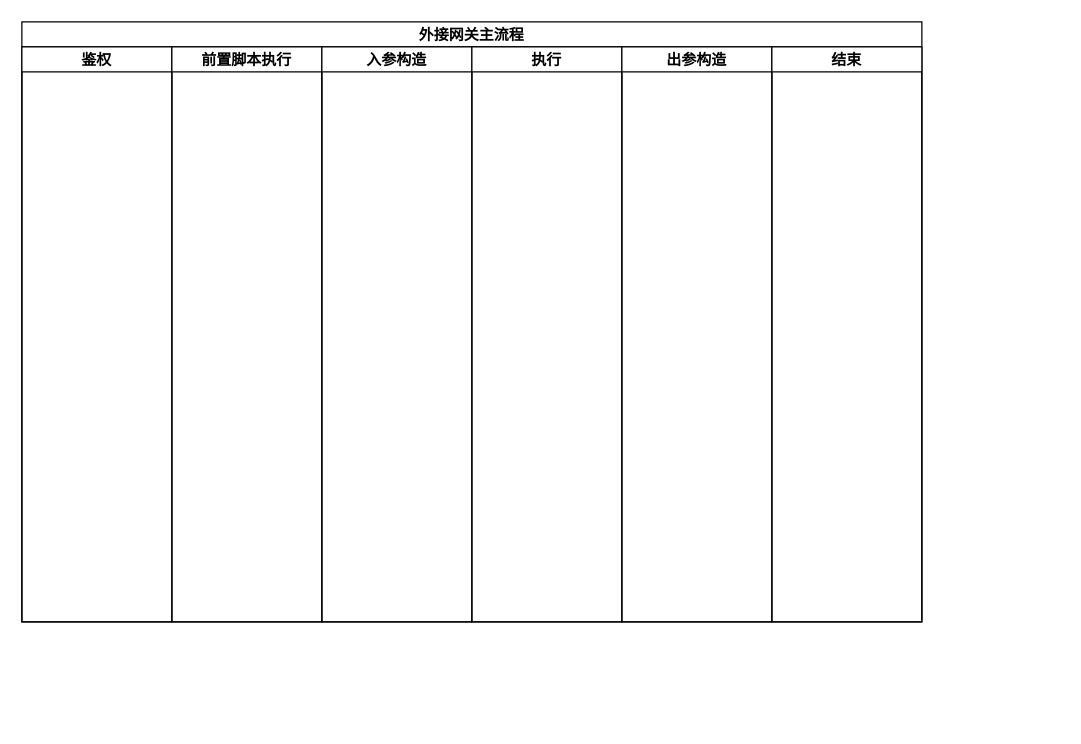
smileLuckBoy/drowio keeps this draw.io diagram as 外接网关核心流程.drawio. Above is the earlier version. Source tidied: cells renumbered, new cells numbered last; positions are measured from the earlier drawing's top-left corner, leaving out a move shared by most shapes. Both pictures are drawn from the tidied source at 125%, with x=0, y=0 at pixel (21, 21).
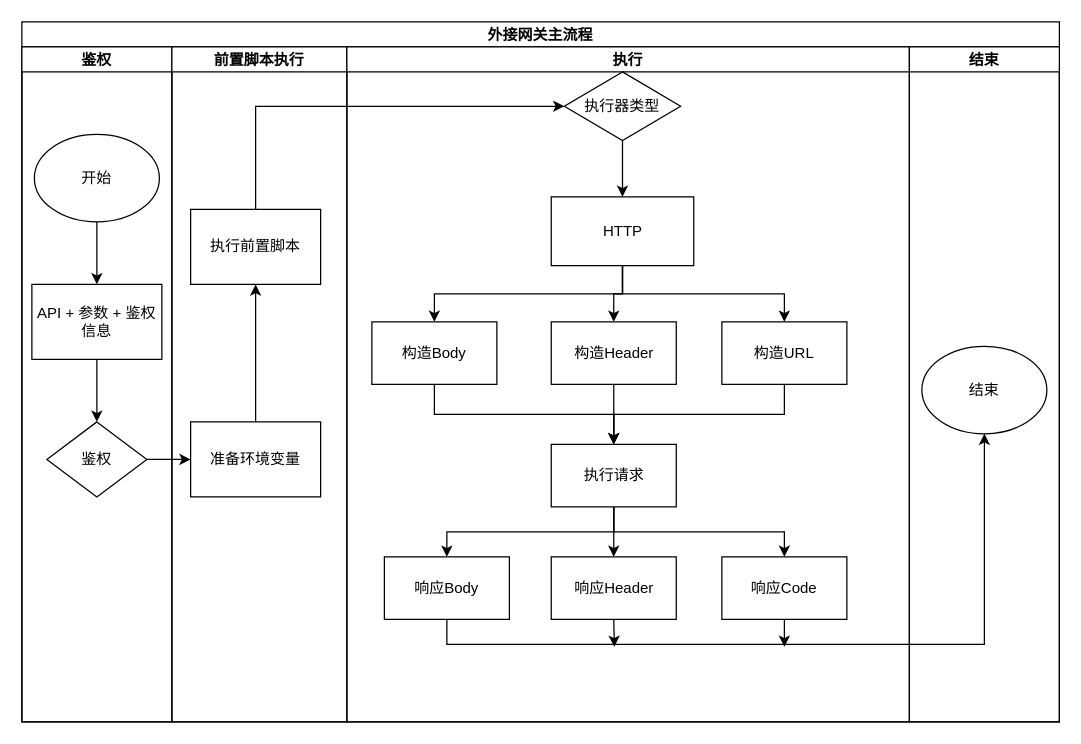
After the change.

Commit message (it also covers changes not shown here):
Update 外接网关核心流程.drawio

Change to the diagram source:
```diff
@@
     <mxCell id="2" value="外接网关主流程" style="swimlane;startSize=20;" parent="1" vertex="1">
-      <mxGeometry width="720" height="480" as="geometry" />
+      <mxGeometry width="830" height="560" as="geometry" />
     </mxCell>
     <mxCell id="3" value="鉴权" style="swimlane;startSize=20;" parent="2" vertex="1">
-      <mxGeometry y="20" width="120" height="460" as="geometry" />
+      <mxGeometry y="20" width="120" height="540" as="geometry" />
     </mxCell>
+    <mxCell id="9" style="edgeStyle=orthogonalEdgeStyle;rounded=0;jettySize=auto;html=1;exitX=0.5;exitY=1;exitDx=0;exitDy=0;" parent="3" edge="1" source="10" target="12">
+      <mxGeometry relative="1" as="geometry" />
+    </mxCell>
+    <mxCell id="10" value="开始" style="ellipse;whiteSpace=wrap;html=1;" parent="3" vertex="1">
+      <mxGeometry x="10" y="70" width="100" height="70" as="geometry" />
+    </mxCell>
+    <mxCell id="11" style="edgeStyle=orthogonalEdgeStyle;rounded=0;jettySize=auto;html=1;exitX=0.5;exitY=1;exitDx=0;exitDy=0;entryX=0.5;entryY=0;entryDx=0;entryDy=0;" parent="3" edge="1" source="12" target="13">
+      <mxGeometry relative="1" as="geometry" />
+    </mxCell>
+    <mxCell id="12" value="API + 参数 + 鉴权信息" style="rounded=0;whiteSpace=wrap;html=1;" parent="3" vertex="1">
+      <mxGeometry x="8" y="190" width="104" height="60" as="geometry" />
+    </mxCell>
+    <mxCell id="13" value="鉴权" style="rhombus;whiteSpace=wrap;html=1;" parent="3" vertex="1">
+      <mxGeometry x="20" y="300" width="80" height="60" as="geometry" />
+    </mxCell>
     <mxCell id="4" value="前置脚本执行" style="swimlane;startSize=20;" parent="2" vertex="1">
-      <mxGeometry x="120" y="20" width="120" height="460" as="geometry" />
+      <mxGeometry x="120" y="20" width="140" height="540" as="geometry" />
     </mxCell>
-    <mxCell id="5" value="入参构造" style="swimlane;startSize=20;" parent="2" vertex="1">
-      <mxGeometry x="240" y="20" width="120" height="460" as="geometry" />
-    </mxCell>
+    <mxCell id="14" style="edgeStyle=orthogonalEdgeStyle;rounded=0;jettySize=auto;html=1;exitX=0.5;exitY=0;exitDx=0;exitDy=0;" parent="4" edge="1" source="15" target="16">
+      <mxGeometry relative="1" as="geometry" />
+    </mxCell>
+    <mxCell id="15" value="准备环境变量" style="rounded=0;whiteSpace=wrap;html=1;" parent="4" vertex="1">
+      <mxGeometry x="15" y="300" width="104" height="60" as="geometry" />
+    </mxCell>
+    <mxCell id="16" value="执行前置脚本" style="rounded=0;whiteSpace=wrap;html=1;" parent="4" vertex="1">
+      <mxGeometry x="15" y="130" width="104" height="60" as="geometry" />
+    </mxCell>
     <mxCell id="6" value="执行" style="swimlane;startSize=20;" parent="2" vertex="1">
-      <mxGeometry x="360" y="20" width="120" height="460" as="geometry" />
+      <mxGeometry x="260" y="20" width="450" height="540" as="geometry" />
     </mxCell>
-    <mxCell id="7" value="出参构造" style="swimlane;startSize=20;" parent="2" vertex="1">
-      <mxGeometry x="480" y="20" width="120" height="460" as="geometry" />
-    </mxCell>
+    <mxCell id="17" style="edgeStyle=orthogonalEdgeStyle;rounded=0;jettySize=auto;html=1;" parent="6" edge="1" source="18" target="22">
+      <mxGeometry relative="1" as="geometry" />
+    </mxCell>
+    <mxCell id="18" value="执行器类型" style="rhombus;whiteSpace=wrap;html=1;" parent="6" vertex="1">
+      <mxGeometry x="174" y="20" width="93" height="55" as="geometry" />
+    </mxCell>
+    <mxCell id="19" style="edgeStyle=orthogonalEdgeStyle;rounded=0;jettySize=auto;html=1;exitX=0.5;exitY=1;exitDx=0;exitDy=0;entryX=0.5;entryY=0;entryDx=0;entryDy=0;" parent="6" edge="1" source="22" target="28">
+      <mxGeometry relative="1" as="geometry" />
+    </mxCell>
+    <mxCell id="20" style="edgeStyle=orthogonalEdgeStyle;rounded=0;jettySize=auto;html=1;exitX=0.5;exitY=1;exitDx=0;exitDy=0;" parent="6" edge="1" source="22" target="26">
+      <mxGeometry relative="1" as="geometry" />
+    </mxCell>
+    <mxCell id="21" style="edgeStyle=orthogonalEdgeStyle;rounded=0;jettySize=auto;html=1;exitX=0.5;exitY=1;exitDx=0;exitDy=0;" parent="6" edge="1" source="22" target="24">
+      <mxGeometry relative="1" as="geometry" />
+    </mxCell>
+    <mxCell id="22" value="HTTP" style="whiteSpace=wrap;html=1;" parent="6" vertex="1">
+      <mxGeometry x="163.5" y="120" width="114" height="55" as="geometry" />
+    </mxCell>
+    <mxCell id="23" style="edgeStyle=orthogonalEdgeStyle;rounded=0;jettySize=auto;html=1;exitX=0.5;exitY=1;exitDx=0;exitDy=0;entryX=0.5;entryY=0;entryDx=0;entryDy=0;" parent="6" edge="1" source="24" target="32">
+      <mxGeometry relative="1" as="geometry" />
+    </mxCell>
+    <mxCell id="24" value="构造URL" style="whiteSpace=wrap;html=1;" parent="6" vertex="1">
+      <mxGeometry x="300" y="220" width="100" height="50" as="geometry" />
+    </mxCell>
+    <mxCell id="25" style="edgeStyle=orthogonalEdgeStyle;rounded=0;jettySize=auto;html=1;exitX=0.5;exitY=1;exitDx=0;exitDy=0;" parent="6" edge="1" source="26" target="32">
+      <mxGeometry relative="1" as="geometry" />
+    </mxCell>
+    <mxCell id="26" value="构造Header" style="whiteSpace=wrap;html=1;" parent="6" vertex="1">
+      <mxGeometry x="163.5" y="220" width="100" height="50" as="geometry" />
+    </mxCell>
+    <mxCell id="27" style="edgeStyle=orthogonalEdgeStyle;rounded=0;jettySize=auto;html=1;exitX=0.5;exitY=1;exitDx=0;exitDy=0;entryX=0.5;entryY=0;entryDx=0;entryDy=0;" parent="6" edge="1" source="28" target="32">
+      <mxGeometry relative="1" as="geometry" />
+    </mxCell>
+    <mxCell id="28" value="构造Body" style="whiteSpace=wrap;html=1;" parent="6" vertex="1">
+      <mxGeometry x="20" y="220" width="100" height="50" as="geometry" />
+    </mxCell>
+    <mxCell id="29" style="edgeStyle=orthogonalEdgeStyle;rounded=0;jettySize=auto;html=1;exitX=0.5;exitY=1;exitDx=0;exitDy=0;entryX=0.5;entryY=0;entryDx=0;entryDy=0;" parent="6" edge="1" source="32" target="33">
+      <mxGeometry relative="1" as="geometry" />
+    </mxCell>
+    <mxCell id="30" style="edgeStyle=orthogonalEdgeStyle;rounded=0;jettySize=auto;html=1;exitX=0.5;exitY=1;exitDx=0;exitDy=0;" parent="6" edge="1" source="32" target="34">
+      <mxGeometry relative="1" as="geometry" />
+    </mxCell>
+    <mxCell id="31" style="edgeStyle=orthogonalEdgeStyle;rounded=0;jettySize=auto;html=1;exitX=0.5;exitY=1;exitDx=0;exitDy=0;" parent="6" edge="1" source="32" target="35">
+      <mxGeometry relative="1" as="geometry" />
+    </mxCell>
+    <mxCell id="32" value="执行请求" style="whiteSpace=wrap;html=1;" parent="6" vertex="1">
+      <mxGeometry x="163.5" y="318" width="100" height="50" as="geometry" />
+    </mxCell>
+    <mxCell id="33" value="响应Body" style="whiteSpace=wrap;html=1;" parent="6" vertex="1">
+      <mxGeometry x="30" y="408" width="100" height="50" as="geometry" />
+    </mxCell>
+    <mxCell id="34" value="响应Header" style="whiteSpace=wrap;html=1;" parent="6" vertex="1">
+      <mxGeometry x="163.5" y="408" width="100" height="50" as="geometry" />
+    </mxCell>
+    <mxCell id="35" value="响应Code" style="whiteSpace=wrap;html=1;" parent="6" vertex="1">
+      <mxGeometry x="300" y="408" width="100" height="50" as="geometry" />
+    </mxCell>
     <mxCell id="8" value="结束" style="swimlane;startSize=20;" parent="2" vertex="1">
-      <mxGeometry x="600" y="20" width="120" height="460" as="geometry" />
+      <mxGeometry x="710" y="20" width="120" height="540" as="geometry" />
     </mxCell>
+    <mxCell id="36" value="结束" style="ellipse;whiteSpace=wrap;html=1;" parent="8" vertex="1">
+      <mxGeometry x="10" y="239.5" width="100" height="70" as="geometry" />
+    </mxCell>
+    <mxCell id="37" style="edgeStyle=orthogonalEdgeStyle;rounded=0;jettySize=auto;html=1;exitX=1;exitY=0.5;exitDx=0;exitDy=0;entryX=0;entryY=0.5;entryDx=0;entryDy=0;" parent="2" edge="1" source="13" target="15">
+      <mxGeometry relative="1" as="geometry" />
+    </mxCell>
+    <mxCell id="38" style="edgeStyle=orthogonalEdgeStyle;rounded=0;jettySize=auto;html=1;exitX=0.5;exitY=0;exitDx=0;exitDy=0;entryX=0;entryY=0.5;entryDx=0;entryDy=0;" parent="2" edge="1" source="16" target="18">
+      <mxGeometry relative="1" as="geometry" />
+    </mxCell>
+    <mxCell id="39" style="edgeStyle=orthogonalEdgeStyle;rounded=0;jettySize=auto;html=1;exitX=0.5;exitY=1;exitDx=0;exitDy=0;entryX=0.5;entryY=1;entryDx=0;entryDy=0;" parent="2" edge="1" source="33" target="36">
+      <mxGeometry relative="1" as="geometry" />
+    </mxCell>
+    <mxCell id="40" style="edgeStyle=orthogonalEdgeStyle;rounded=0;jettySize=auto;html=1;exitX=0.5;exitY=1;exitDx=0;exitDy=0;" parent="1" edge="1" source="34">
+      <mxGeometry relative="1" as="geometry">
+        <mxPoint x="474" y="500" as="targetPoint" />
+      </mxGeometry>
+    </mxCell>
+    <mxCell id="41" style="edgeStyle=orthogonalEdgeStyle;rounded=0;jettySize=auto;html=1;exitX=0.5;exitY=1;exitDx=0;exitDy=0;" parent="1" edge="1" source="35">
+      <mxGeometry relative="1" as="geometry">
+        <mxPoint x="610" y="500" as="targetPoint" />
+      </mxGeometry>
+    </mxCell>
```
